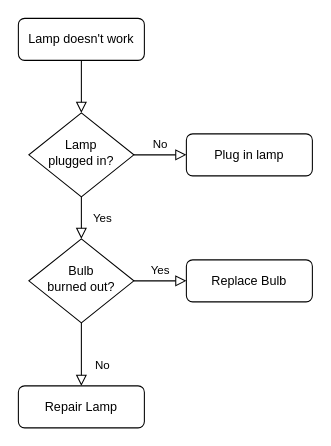
This is Biểu đồ không có tiêu đề.drawio from donguyenphu/Material_handling_robot, a draw.io file, before an edit. Source tidied: cells renumbered, new cells numbered last; positions are measured from the earlier drawing's top-left corner, leaving out a move shared by most shapes. Both pictures are drawn from the tidied source at 105%, with x=0, y=0 at pixel (18, 18).
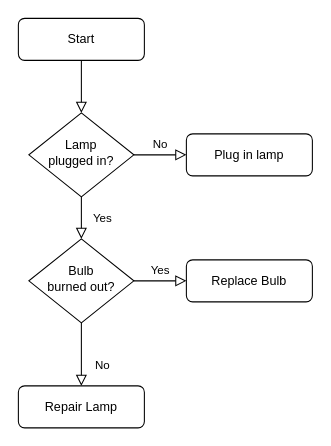
Above is the later version.

Change to the diagram source:
```diff
@@
 <mxGraphModel>
   <root>
     <mxCell id="0" />
     <mxCell id="1" parent="0" />
     <mxCell id="2" style="rounded=0;html=1;jettySize=auto;fontSize=11;endArrow=block;endFill=0;endSize=8;strokeWidth=1;shadow=0;labelBackgroundColor=none;edgeStyle=orthogonalEdgeStyle;" parent="1" edge="1" source="3" target="6">
       <mxGeometry relative="1" as="geometry" />
     </mxCell>
-    <mxCell id="3" value="Lamp doesn't work" style="rounded=1;whiteSpace=wrap;html=1;fontSize=12;glass=0;strokeWidth=1;shadow=0;" parent="1" vertex="1">
+    <mxCell id="3" value="Start" style="rounded=1;whiteSpace=wrap;html=1;fontSize=12;glass=0;strokeWidth=1;shadow=0;" parent="1" vertex="1">
       <mxGeometry width="120" height="40" as="geometry" />
     </mxCell>
     <mxCell id="4" value="Yes" style="rounded=0;html=1;jettySize=auto;fontSize=11;endArrow=block;endFill=0;endSize=8;strokeWidth=1;shadow=0;labelBackgroundColor=none;edgeStyle=orthogonalEdgeStyle;" parent="1" edge="1" source="6" target="10">
       <mxGeometry y="20" relative="1" as="geometry" />
     </mxCell>
     <mxCell id="5" value="No" style="edgeStyle=orthogonalEdgeStyle;rounded=0;html=1;jettySize=auto;fontSize=11;endArrow=block;endFill=0;endSize=8;strokeWidth=1;shadow=0;labelBackgroundColor=none;" parent="1" edge="1" source="6" target="7">
       <mxGeometry y="10" relative="1" as="geometry" />
     </mxCell>
     <mxCell id="6" value="Lamp&lt;br&gt;plugged in?" style="rhombus;whiteSpace=wrap;html=1;shadow=0;fontFamily=Helvetica;fontSize=12;align=center;strokeWidth=1;spacing=6;spacingTop=-4;" parent="1" vertex="1">
       <mxGeometry x="10" y="90" width="100" height="80" as="geometry" />
     </mxCell>
     <mxCell id="7" value="Plug in lamp" style="rounded=1;whiteSpace=wrap;html=1;fontSize=12;glass=0;strokeWidth=1;shadow=0;" parent="1" vertex="1">
       <mxGeometry x="160" y="110" width="120" height="40" as="geometry" />
     </mxCell>
     <mxCell id="8" value="No" style="rounded=0;html=1;jettySize=auto;fontSize=11;endArrow=block;endFill=0;endSize=8;strokeWidth=1;shadow=0;labelBackgroundColor=none;edgeStyle=orthogonalEdgeStyle;" parent="1" edge="1" source="10" target="11">
       <mxGeometry x="0.33" y="20" relative="1" as="geometry" />
     </mxCell>
     <mxCell id="9" value="Yes" style="edgeStyle=orthogonalEdgeStyle;rounded=0;html=1;jettySize=auto;fontSize=11;endArrow=block;endFill=0;endSize=8;strokeWidth=1;shadow=0;labelBackgroundColor=none;" parent="1" edge="1" source="10" target="12">
       <mxGeometry y="10" relative="1" as="geometry" />
     </mxCell>
     <mxCell id="10" value="Bulb&lt;br&gt;burned out?" style="rhombus;whiteSpace=wrap;html=1;shadow=0;fontFamily=Helvetica;fontSize=12;align=center;strokeWidth=1;spacing=6;spacingTop=-4;" parent="1" vertex="1">
       <mxGeometry x="10" y="210" width="100" height="80" as="geometry" />
     </mxCell>
     <mxCell id="11" value="Repair Lamp" style="rounded=1;whiteSpace=wrap;html=1;fontSize=12;glass=0;strokeWidth=1;shadow=0;" parent="1" vertex="1">
       <mxGeometry y="350" width="120" height="40" as="geometry" />
     </mxCell>
     <mxCell id="12" value="Replace Bulb" style="rounded=1;whiteSpace=wrap;html=1;fontSize=12;glass=0;strokeWidth=1;shadow=0;" parent="1" vertex="1">
       <mxGeometry x="160" y="230" width="120" height="40" as="geometry" />
     </mxCell>
   </root>
 </mxGraphModel>
```
